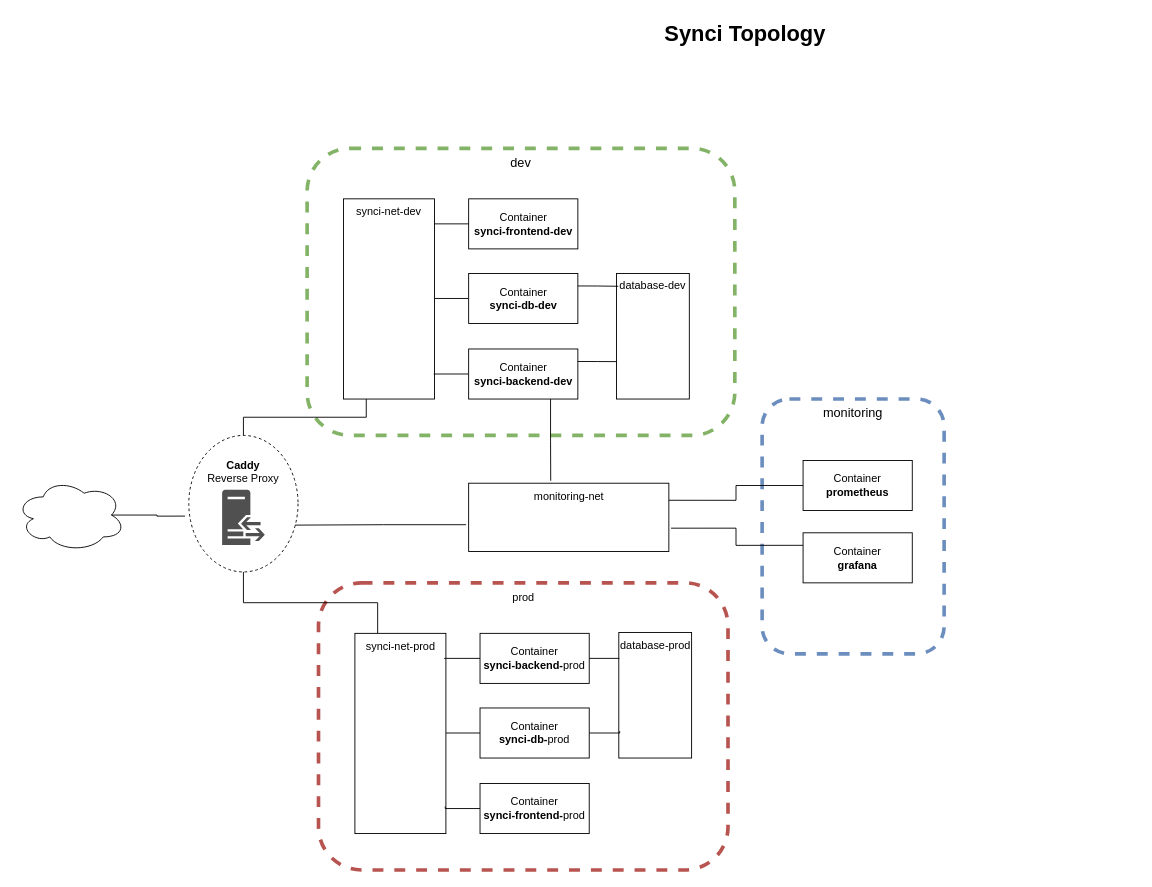
Above: docs/synci-infrastructure.drawio in andriwild/synci (draw.io), before the change. Source tidied: cells renumbered, new cells numbered last; positions are measured from the earlier drawing's top-left corner, leaving out a move shared by most shapes. Both pictures are drawn from the tidied source at 91%, with x=0, y=0 at pixel (15, 15).
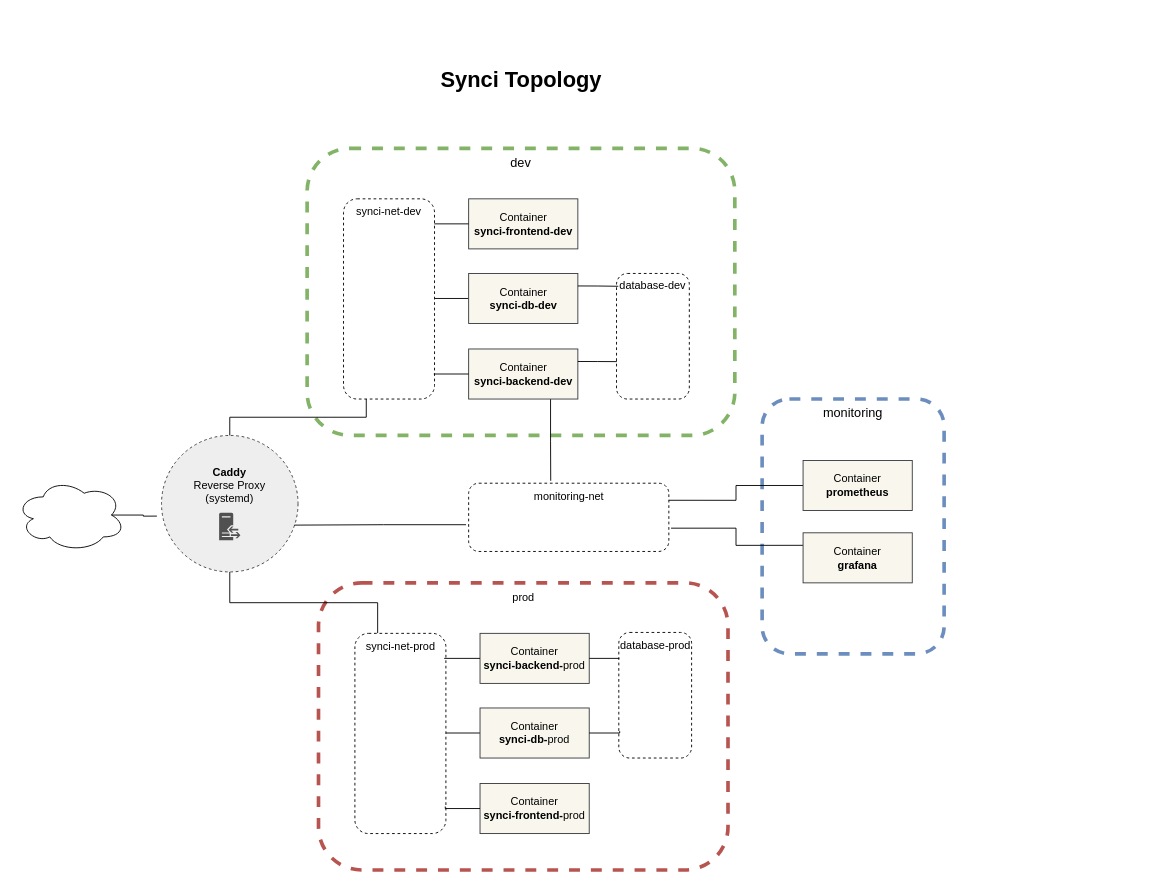
Above is the later version.

Commit message:
update topology of sincy architecture

The edit, as a diff of the source:
```diff
@@
-    <mxCell id="2" style="ellipse;whiteSpace=wrap;html=1;fillColor=none;dashed=1;" parent="1" vertex="1">
-      <mxGeometry x="190" y="461" width="120" height="150" as="geometry" />
+    <mxCell id="2" style="ellipse;whiteSpace=wrap;html=1;fillColor=#eeeeee;dashed=1;strokeColor=#36393d;" parent="1" vertex="1">
+      <mxGeometry x="160" y="461" width="150" height="150" as="geometry" />
     </mxCell>
@@
     <mxCell id="4" value="Synci Topology" style="text;strokeColor=none;fillColor=none;html=1;fontSize=24;fontStyle=1;verticalAlign=middle;align=center;" parent="1" vertex="1">
-      <mxGeometry x="370" width="861" height="40" as="geometry" />
+      <mxGeometry x="124" y="51" width="861" height="40" as="geometry" />
     </mxCell>
     <mxCell id="5" style="sketch=0;shadow=0;dashed=0;html=1;strokeColor=none;fillColor=#505050;labelPosition=center;verticalLabelPosition=bottom;verticalAlign=top;align=center;shape=mxgraph.office.servers.reverse_proxy;" parent="1" vertex="1">
-      <mxGeometry x="226.6" y="520.7" width="46.9" height="60.6" as="geometry" />
+      <mxGeometry x="223.3" y="545.9" width="23.4" height="30.3" as="geometry" />
     </mxCell>
-    <mxCell id="6" value="&lt;b&gt;Caddy &lt;br&gt;&lt;/b&gt;Reverse Proxy" style="text;html=1;align=center;verticalAlign=middle;whiteSpace=wrap;rounded=0;" parent="1" vertex="1">
-      <mxGeometry x="190" y="480.7" width="120" height="40" as="geometry" />
+    <mxCell id="6" value="&lt;b&gt;Caddy &lt;br&gt;&lt;/b&gt;Reverse Proxy&lt;br&gt;(systemd)" style="text;html=1;align=center;verticalAlign=middle;whiteSpace=wrap;rounded=0;" parent="1" vertex="1">
+      <mxGeometry x="175" y="496" width="120" height="40" as="geometry" />
     </mxCell>
@@
-    <mxCell id="8" value="Container&lt;br&gt;&lt;b&gt;synci-backend-dev&lt;/b&gt;" style="html=1;whiteSpace=wrap;" parent="1" vertex="1">
+    <mxCell id="8" value="Container&lt;br&gt;&lt;b&gt;synci-backend-dev&lt;/b&gt;" style="html=1;whiteSpace=wrap;fillColor=#f9f7ed;strokeColor=#36393d;" parent="1" vertex="1">
       <mxGeometry x="497.5" y="366" width="120" height="55" as="geometry" />
     </mxCell>
-    <mxCell id="9" value="Container&lt;br&gt;&lt;b&gt;synci-frontend-dev&lt;/b&gt;" style="html=1;whiteSpace=wrap;" parent="1" vertex="1">
+    <mxCell id="9" value="Container&lt;br&gt;&lt;b&gt;synci-frontend-dev&lt;/b&gt;" style="html=1;whiteSpace=wrap;fillColor=#f9f7ed;strokeColor=#36393d;" parent="1" vertex="1">
       <mxGeometry x="497.5" y="201" width="120" height="55" as="geometry" />
     </mxCell>
@@
-    <mxCell id="11" value="Container&lt;br&gt;&lt;b&gt;synci-db-dev&lt;/b&gt;" style="html=1;whiteSpace=wrap;" parent="1" vertex="1">
+    <mxCell id="11" value="Container&lt;br&gt;&lt;b&gt;synci-db-dev&lt;/b&gt;" style="html=1;whiteSpace=wrap;fillColor=#f9f7ed;strokeColor=#36393d;" parent="1" vertex="1">
       <mxGeometry x="497.5" y="283" width="120" height="55" as="geometry" />
     </mxCell>
@@
-    <mxCell id="13" value="database-dev" style="rounded=0;whiteSpace=wrap;html=1;align=center;verticalAlign=top;" parent="1" vertex="1">
+    <mxCell id="13" value="database-dev" style="rounded=1;whiteSpace=wrap;html=1;align=center;verticalAlign=top;dashed=1;" parent="1" vertex="1">
       <mxGeometry x="660" y="283" width="80" height="138" as="geometry" />
     </mxCell>
-    <mxCell id="14" value="monitoring-net" style="rounded=0;whiteSpace=wrap;html=1;verticalAlign=top;" parent="1" vertex="1">
+    <mxCell id="14" value="monitoring-net" style="rounded=1;whiteSpace=wrap;html=1;verticalAlign=top;dashed=1;" parent="1" vertex="1">
       <mxGeometry x="497.5" y="513.5" width="220" height="75" as="geometry" />
     </mxCell>
@@
-    <mxCell id="16" value="synci-net-dev" style="rounded=0;whiteSpace=wrap;html=1;verticalAlign=top;" parent="1" vertex="1">
+    <mxCell id="16" value="synci-net-dev" style="rounded=1;whiteSpace=wrap;html=1;verticalAlign=top;dashed=1;" parent="1" vertex="1">
       <mxGeometry x="360" y="201" width="100" height="220" as="geometry" />
     </mxCell>
@@
-    <mxCell id="19" value="Container&lt;br&gt;&lt;b&gt;grafana&lt;/b&gt;" style="html=1;whiteSpace=wrap;" parent="1" vertex="1">
+    <mxCell id="19" value="Container&lt;br&gt;&lt;b&gt;grafana&lt;/b&gt;" style="html=1;whiteSpace=wrap;fillColor=#f9f7ed;strokeColor=#36393d;" parent="1" vertex="1">
       <mxGeometry x="865" y="568" width="120" height="55" as="geometry" />
     </mxCell>
@@
-    <mxCell id="21" value="Container&lt;br&gt;&lt;b&gt;prometheus&lt;/b&gt;" style="html=1;whiteSpace=wrap;" parent="1" vertex="1">
+    <mxCell id="21" value="Container&lt;br&gt;&lt;b&gt;prometheus&lt;/b&gt;" style="html=1;whiteSpace=wrap;fillColor=#f9f7ed;strokeColor=#36393d;" parent="1" vertex="1">
       <mxGeometry x="865" y="488.5" width="120" height="55" as="geometry" />
     </mxCell>
@@
-    <mxCell id="27" value="Container&lt;br&gt;&lt;b&gt;synci-backend-&lt;/b&gt;prod" style="html=1;whiteSpace=wrap;" parent="1" vertex="1">
+    <mxCell id="27" value="Container&lt;br&gt;&lt;b&gt;synci-backend-&lt;/b&gt;prod" style="html=1;whiteSpace=wrap;fillColor=#f9f7ed;strokeColor=#36393d;" parent="1" vertex="1">
       <mxGeometry x="510" y="678.5" width="120" height="55" as="geometry" />
     </mxCell>
-    <mxCell id="28" value="Container&lt;br&gt;&lt;b&gt;synci-frontend-&lt;/b&gt;prod" style="html=1;whiteSpace=wrap;" parent="1" vertex="1">
+    <mxCell id="28" value="Container&lt;br&gt;&lt;b&gt;synci-frontend-&lt;/b&gt;prod" style="html=1;whiteSpace=wrap;fillColor=#f9f7ed;strokeColor=#36393d;" parent="1" vertex="1">
       <mxGeometry x="510" y="843.5" width="120" height="55" as="geometry" />
     </mxCell>
@@
-    <mxCell id="30" value="Container&lt;br&gt;&lt;b&gt;synci-db-&lt;/b&gt;prod" style="html=1;whiteSpace=wrap;" parent="1" vertex="1">
+    <mxCell id="30" value="Container&lt;br&gt;&lt;b&gt;synci-db-&lt;/b&gt;prod" style="html=1;whiteSpace=wrap;fillColor=#f9f7ed;strokeColor=#36393d;" parent="1" vertex="1">
       <mxGeometry x="510" y="760.5" width="120" height="55" as="geometry" />
     </mxCell>
-    <mxCell id="31" value="database-prod" style="rounded=0;whiteSpace=wrap;html=1;align=center;verticalAlign=top;" parent="1" vertex="1">
+    <mxCell id="31" value="database-prod" style="rounded=1;whiteSpace=wrap;html=1;align=center;verticalAlign=top;dashed=1;" parent="1" vertex="1">
       <mxGeometry x="662.5" y="677.5" width="80" height="138" as="geometry" />
     </mxCell>
@@
-    <mxCell id="33" value="synci-net-prod" style="rounded=0;whiteSpace=wrap;html=1;verticalAlign=top;" parent="1" vertex="1">
+    <mxCell id="33" value="synci-net-prod" style="rounded=1;whiteSpace=wrap;html=1;verticalAlign=top;dashed=1;" parent="1" vertex="1">
       <mxGeometry x="372.5" y="678.5" width="100" height="220" as="geometry" />
     </mxCell>
```
